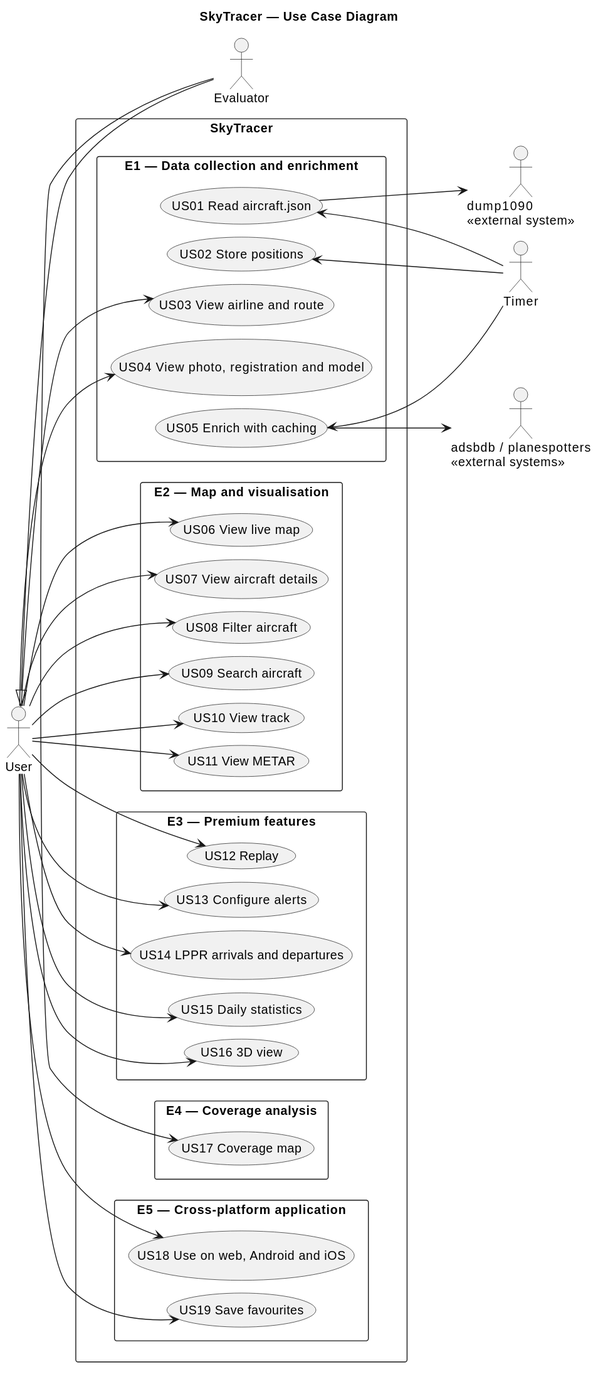
The PlantUML diagram docs/system-documentation/use-cases/UCD/svg/use_case_diagram.svg in miguelsiilva1/SkyTracer, before a commit. Source of this version:
```plantuml
@startuml
left to right direction
skinparam shadowing false
skinparam packageStyle rectangle
skinparam nodesep 15
skinparam ranksep 90

title SkyTracer — Use Case Diagram


actor "Evaluator" as A
actor "User" as U
U <|-- A

rectangle "SkyTracer" {
  package "E5 — Cross-platform application" {
    usecase "US19 Save favourites" as UC19
    usecase "US18 Use on web, Android and iOS" as UC18
  }
  package "E4 — Coverage analysis" {
    usecase "US17 Coverage map" as UC17
  }
  package "E3 — Premium features" {
    usecase "US16 3D view" as UC16
    usecase "US15 Daily statistics" as UC15
    usecase "US14 LPPR arrivals and departures" as UC14
    usecase "US13 Configure alerts" as UC13
    usecase "US12 Replay" as UC12
  }
  package "E2 — Map and visualisation" {
    usecase "US07 View aircraft details" as UC07
    usecase "US06 View live map" as UC06
    usecase "US11 View METAR" as UC11
    usecase "US10 View track" as UC10
    usecase "US09 Search aircraft" as UC09
    usecase "US08 Filter aircraft" as UC08
  }
  package "E1 — Data collection and enrichment" {
    usecase "US01 Read aircraft.json" as UC01
    usecase "US03 View airline and route" as UC03
    usecase "US04 View photo, registration and model" as UC04
    usecase "US02 Store positions" as UC02
    usecase "US05 Enrich with caching" as UC05
  }
}

actor "adsbdb / planespotters\n<<external systems>>" as E
actor "Timer" as T
actor "dump1090\n<<external system>>" as D

A --> UC17
U --> UC19
U --> UC18
U --> UC16
U --> UC15
U --> UC14
U --> UC13
U --> UC12
U --> UC11
U --> UC10
U --> UC09
U --> UC08
U --> UC07
U --> UC06
U --> UC04
U --> UC03

UC05 --> E
UC05 <-- T
UC02 <-- T
UC01 <-- T
UC01 --> D
@enduml
```
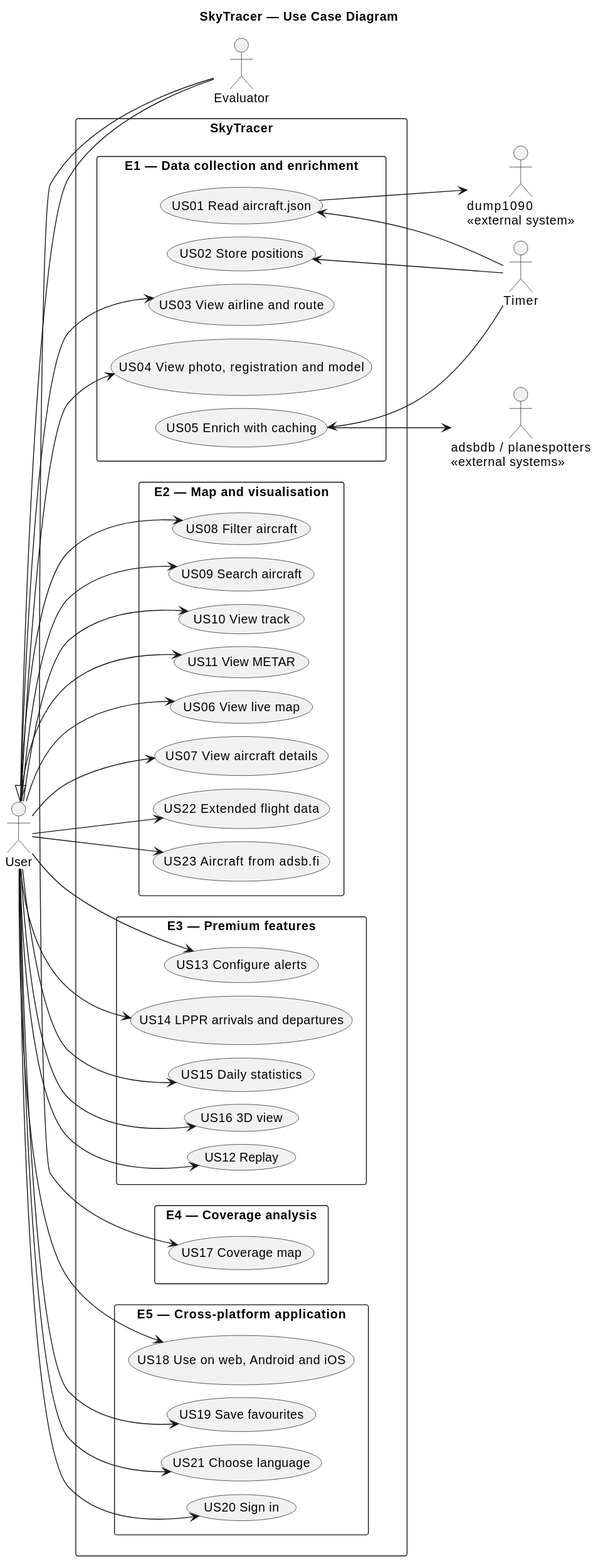
Later version of the same file.

Change to the diagram source:
```diff
@@ -14,6 +14,8 @@
 
 rectangle "SkyTracer" {
   package "E5 — Cross-platform application" {
+    usecase "US20 Sign in" as UC20
+    usecase "US21 Choose language" as UC21
     usecase "US19 Save favourites" as UC19
     usecase "US18 Use on web, Android and iOS" as UC18
   }
@@ -28,6 +30,8 @@
     usecase "US12 Replay" as UC12
   }
   package "E2 — Map and visualisation" {
+    usecase "US23 Aircraft from adsb.fi" as UC23
+    usecase "US22 Extended flight data" as UC22
     usecase "US07 View aircraft details" as UC07
     usecase "US06 View live map" as UC06
     usecase "US11 View METAR" as UC11
@@ -49,6 +53,10 @@
 actor "dump1090\n<<external system>>" as D
 
 A --> UC17
+U --> UC20
+U --> UC21
+U --> UC22
+U --> UC23
 U --> UC19
 U --> UC18
 U --> UC16
```
